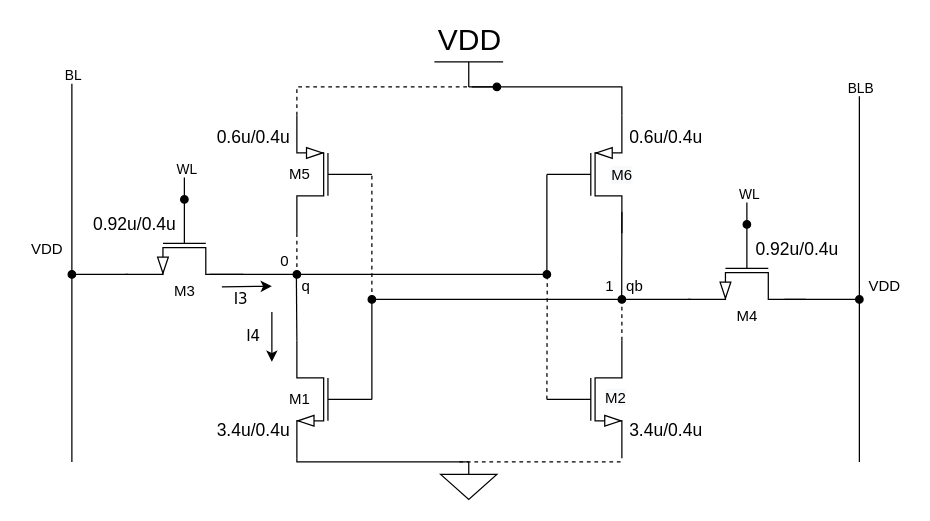
Khadgaray/6T_SRAM keeps this draw.io diagram as Images/READ.drawio. Above is the earlier version. Source tidied: cells renumbered, new cells numbered last; positions are measured from the earlier drawing's top-left corner, leaving out a move shared by most shapes. Both pictures are drawn from the tidied source at 125%, with x=0, y=0 at pixel (21, 61).
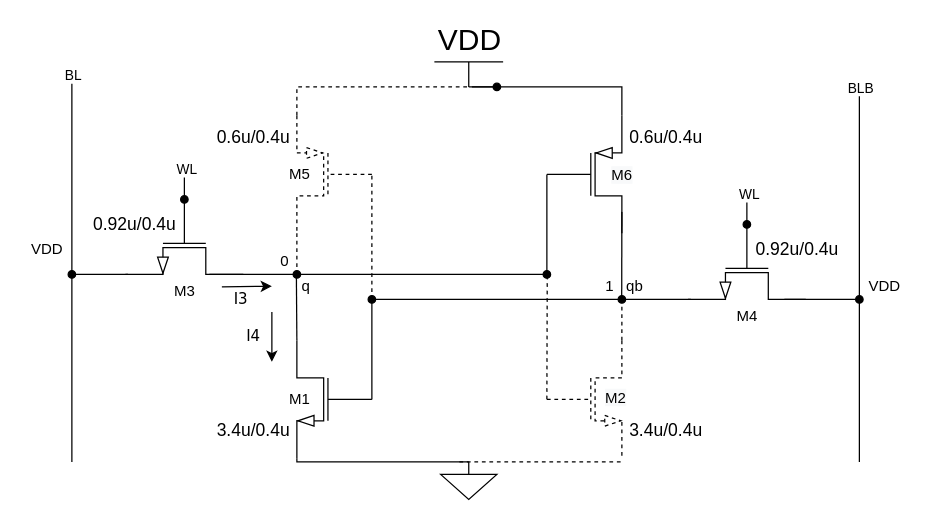
The same diagram, later.

What changed in the source:
```diff
@@
-    <mxCell id="2" style="verticalLabelPosition=bottom;shadow=0;dashed=0;align=center;html=1;verticalAlign=top;shape=mxgraph.electrical.transistors.pmos;rotation=-180;flipV=1;" parent="1" vertex="1">
+    <mxCell id="2" style="verticalLabelPosition=bottom;shadow=0;dashed=1;align=center;html=1;verticalAlign=top;shape=mxgraph.electrical.transistors.pmos;rotation=-180;flipV=1;" parent="1" vertex="1">
       <mxGeometry x="220" y="40" width="60" height="100" as="geometry" />
     </mxCell>
@@
-    <mxCell id="4" style="verticalLabelPosition=bottom;shadow=0;dashed=0;align=center;html=1;verticalAlign=top;shape=mxgraph.electrical.transistors.nmos;" parent="1" vertex="1">
+    <mxCell id="4" style="verticalLabelPosition=bottom;shadow=0;dashed=1;align=center;html=1;verticalAlign=top;shape=mxgraph.electrical.transistors.nmos;" parent="1" vertex="1">
       <mxGeometry x="420" y="220" width="60" height="100" as="geometry" />
     </mxCell>
```
